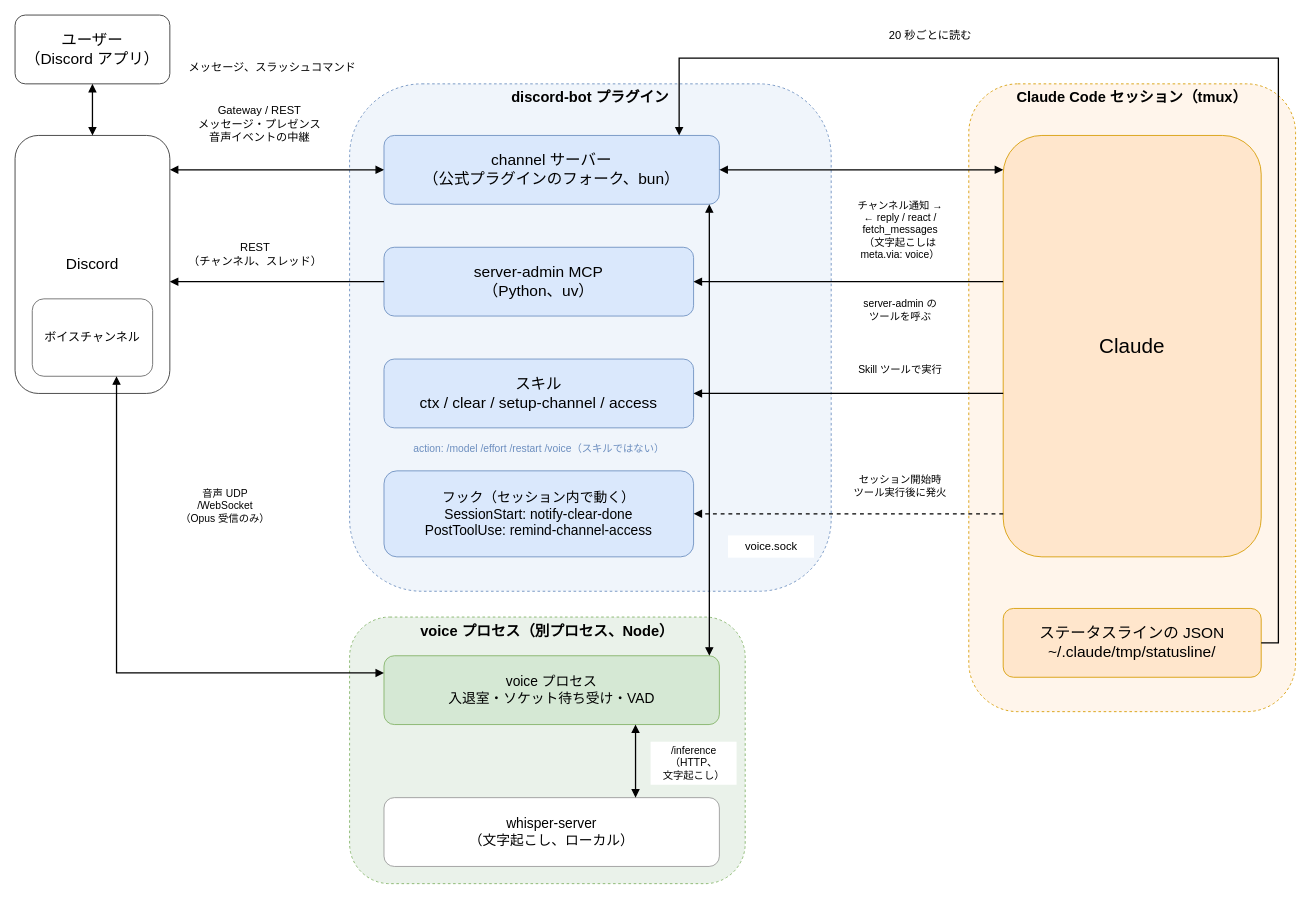
Earlier version of the draw.io diagram docs/diagrams/architecture.drawio (umitsu-tech/claude-code-discord-bot). Source tidied: cells renumbered, new cells numbered last; positions are measured from the earlier drawing's top-left corner, leaving out a move shared by most shapes. Both pictures are drawn from the tidied source at 86%, with x=0, y=0 at pixel (15, 15).
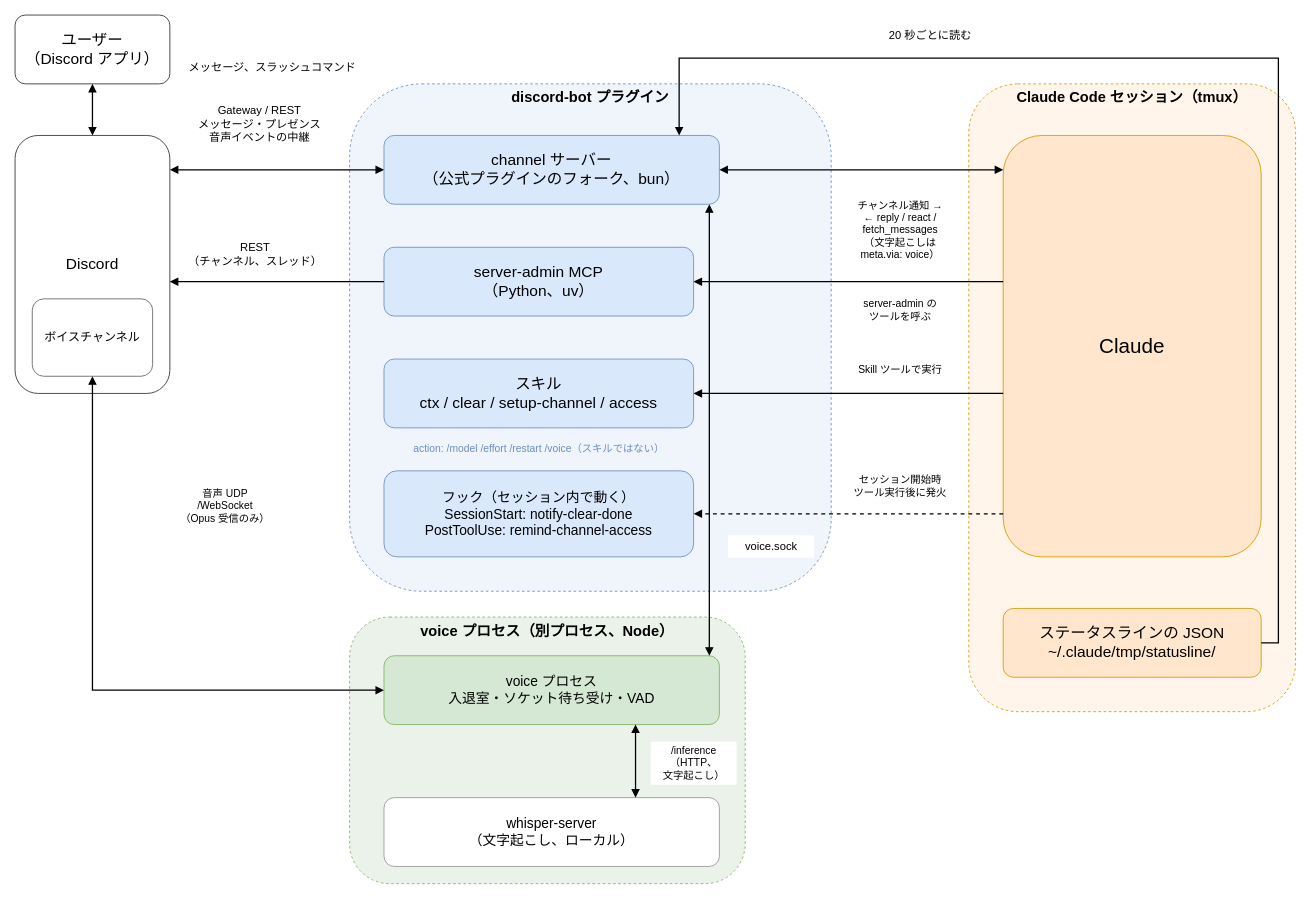
Above is the later version.

Commit message (it also covers changes not shown here):
ボイスチャンネルと voice プロセスの矢印を辺の中心から出入りさせる (#80)

Unchanged cells that the change refers to:
```xml
<mxCell id="4" value="ボイスチャンネル" style="rounded=1;whiteSpace=wrap;html=1;fillColor=#FFFFFF;strokeColor=#666666;fontSize=14;" parent="1" vertex="1">
  <mxGeometry x="20" y="330" width="140" height="90" as="geometry" />
</mxCell>
<mxCell id="12" value="voice プロセス&lt;br&gt;入退室・ソケット待ち受け・VAD" style="rounded=1;whiteSpace=wrap;html=1;fillColor=#D5E8D4;strokeColor=#82B366;fontSize=16;" parent="1" vertex="1">
  <mxGeometry x="429" y="745" width="390" height="80" as="geometry" />
</mxCell>
```

Change to the diagram source:
```diff
@@
-    <mxCell id="35" style="edgeStyle=orthogonalEdgeStyle;rounded=0;html=1;fontSize=14;endArrow=block;endFill=1;strokeWidth=1.5;startArrow=block;startFill=1;exitX=0;exitY=0.25;entryX=0.7;entryY=1;" parent="1" edge="1" source="12" target="4">
+    <mxCell id="35" style="edgeStyle=orthogonalEdgeStyle;rounded=0;html=1;fontSize=14;endArrow=block;endFill=1;strokeWidth=1.5;startArrow=block;startFill=1;exitX=0;exitY=0.5;entryX=0.5;entryY=1;" parent="1" edge="1" source="12" target="4">
       <mxGeometry relative="1" as="geometry">
         <Array as="points">
-          <mxPoint x="118" y="765" />
+          <mxPoint x="90" y="785" />
         </Array>
       </mxGeometry>
     </mxCell>
```
